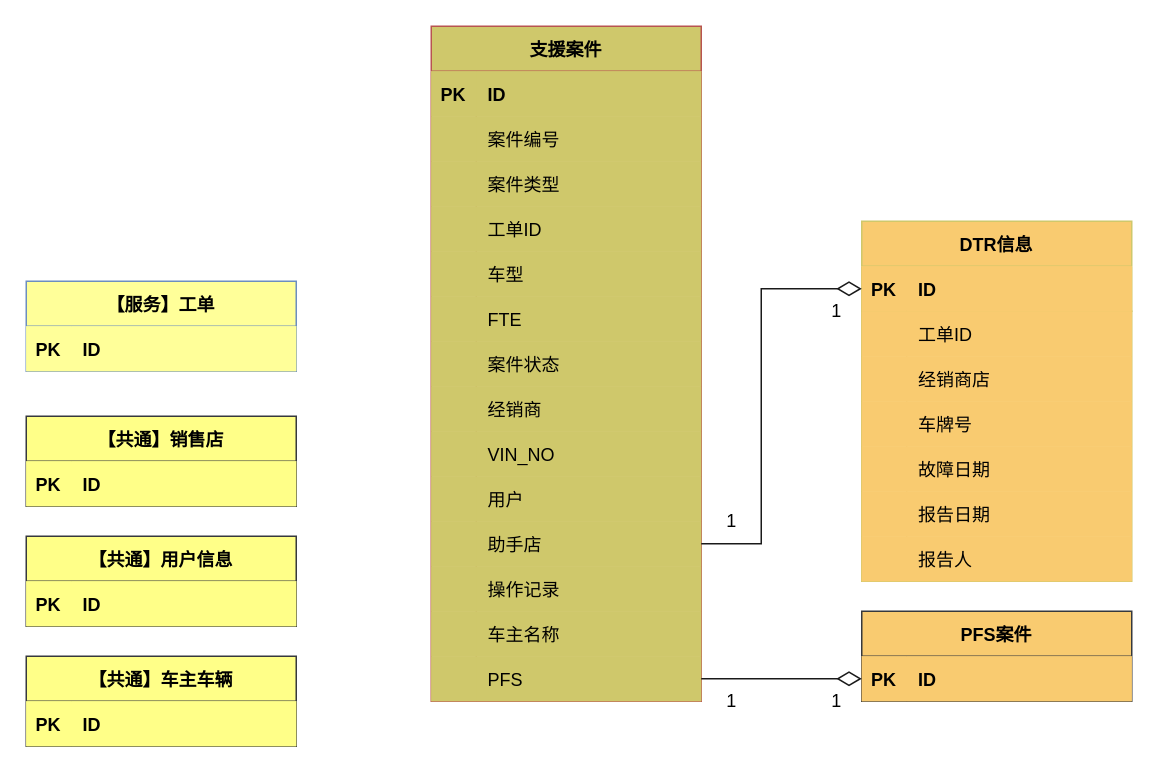
This is page "支援案件聚合根" (5 of 23) of images/支援案件时序图.drawio from 1132489442/designer, a draw.io file, before an edit. Source tidied: cells renumbered, new cells numbered last; positions are measured from the earlier drawing's top-left corner, leaving out a move shared by most shapes. Both pictures are drawn from the tidied source at 150%, with x=0, y=0 at pixel (26, 26).
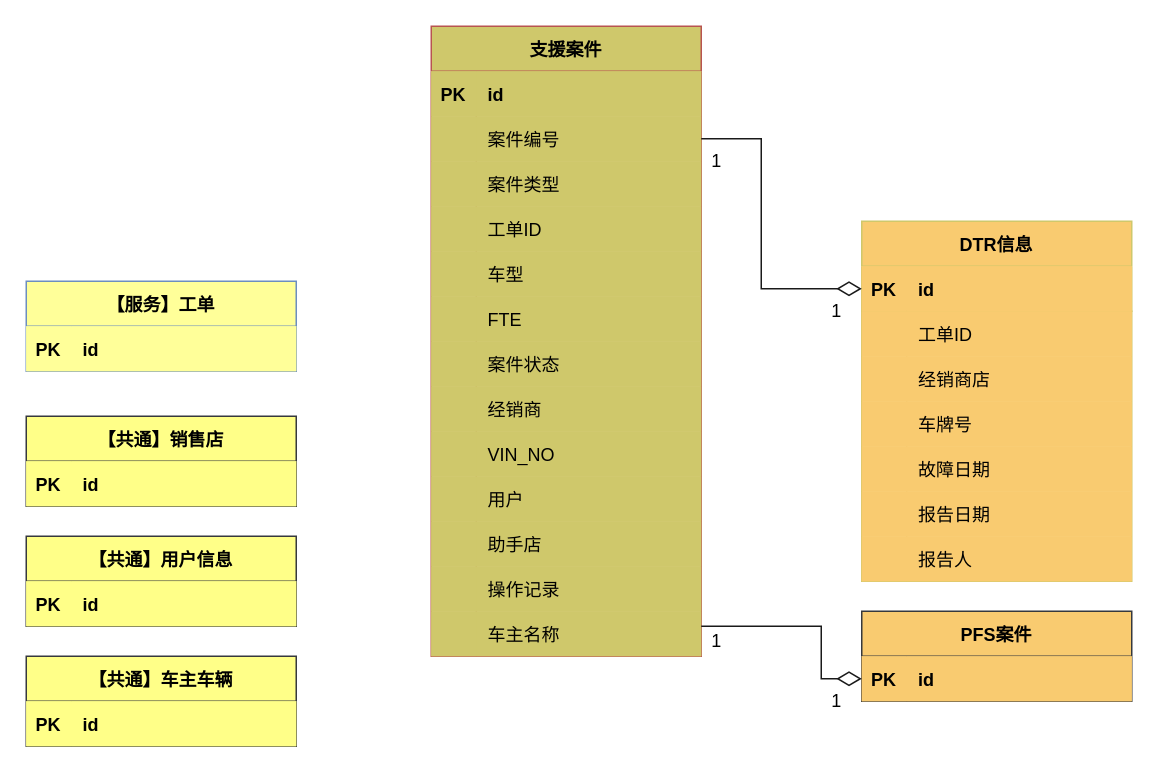
The same diagram, later.

Commit message (it also covers changes not shown here):
更新支援案件时序图.drawio

The change refers to these unchanged cells:
```xml
<mxCell id="3" style="shape=partialRectangle;fillColor=#FFFF99;top=0;left=0;bottom=0;right=0;strokeColor=#6c8ebf;" parent="2" vertex="1">
  <mxGeometry y="30" width="180" height="30" as="geometry" />
</mxCell>
<mxCell id="7" style="shape=partialRectangle;fillColor=#CFC86B;top=0;left=0;bottom=0;right=0;strokeColor=#b85450;" parent="6" vertex="1">
  <mxGeometry y="30" width="180" height="30" as="geometry" />
</mxCell>
<mxCell id="10" style="shape=partialRectangle;fillColor=#CFC86B;top=0;left=0;bottom=0;right=0;points=[[0,0.5],[1,0.5]];portConstraint=eastwest;strokeColor=#b85450;" parent="6" vertex="1">
  <mxGeometry y="60" width="180" height="30" as="geometry" />
</mxCell>
<mxCell id="37" style="shape=partialRectangle;fillColor=#CFC86B;top=0;left=0;bottom=0;right=0;points=[[0,0.5],[1,0.5]];portConstraint=eastwest;strokeColor=#b85450;" parent="6" vertex="1">
  <mxGeometry y="330" width="180" height="30" as="geometry" />
</mxCell>
<mxCell id="50" style="shape=partialRectangle;fillColor=#ffff88;top=0;left=0;bottom=0;right=0;strokeColor=#36393d;swimlaneLine=1;shadow=0;labelBorderColor=none;labelBackgroundColor=none;" parent="49" vertex="1">
  <mxGeometry y="30" width="180" height="30" as="geometry" />
</mxCell>
<mxCell id="54" style="shape=partialRectangle;fillColor=#ffff88;top=0;left=0;bottom=0;right=0;strokeColor=#36393d;swimlaneLine=1;shadow=0;labelBorderColor=none;labelBackgroundColor=none;" parent="53" vertex="1">
  <mxGeometry y="30" width="180" height="30" as="geometry" />
</mxCell>
<mxCell id="58" style="shape=partialRectangle;fillColor=#ffff88;top=0;left=0;bottom=0;right=0;strokeColor=#36393d;swimlaneLine=1;shadow=0;labelBorderColor=none;labelBackgroundColor=none;" parent="57" vertex="1">
  <mxGeometry y="30" width="180" height="30" as="geometry" />
</mxCell>
<mxCell id="62" style="shape=partialRectangle;fillColor=#F9CB70;top=0;left=0;bottom=0;right=0;points=[[0,0.5],[1,0.5]];portConstraint=eastwest;strokeColor=#36393d;swimlaneLine=1;shadow=0;labelBorderColor=none;labelBackgroundColor=none;" parent="61" vertex="1">
  <mxGeometry y="30" width="180" height="30" as="geometry" />
</mxCell>
<mxCell id="66" style="shape=partialRectangle;fillColor=#F9CB70;top=0;left=0;bottom=1;right=0;points=[[0,0.5],[1,0.5]];portConstraint=eastwest;strokeColor=#CFC86B;spacingTop=0;fontStyle=0;perimeterSpacing=0;swimlaneLine=1;sketch=0;shadow=0;labelBorderColor=none;labelBackgroundColor=none;" parent="65" vertex="1">
  <mxGeometry y="30" width="180" height="30" as="geometry" />
</mxCell>
```

Change to the diagram source:
```diff
@@
-    <mxCell id="5" value="ID" style="shape=partialRectangle;fillColor=#FFFF99;top=0;left=0;bottom=0;right=0;align=left;spacingLeft=6;overflow=hidden;strokeColor=#6c8ebf;fontStyle=1;" parent="3" vertex="1">
+    <mxCell id="5" value="id" style="shape=partialRectangle;fillColor=#FFFF99;top=0;left=0;bottom=0;right=0;align=left;spacingLeft=6;overflow=hidden;strokeColor=#6c8ebf;fontStyle=1;" parent="3" vertex="1">
       <mxGeometry x="30" width="150" height="30" as="geometry" />
     </mxCell>
     <mxCell id="6" value="支援案件" style="shape=table;startSize=30;childLayout=tableLayout;rowLines=0;fontStyle=1;align=center;fillColor=#CFC86B;strokeColor=#b85450;" parent="1" vertex="1">
-      <mxGeometry x="270" width="180" height="450" as="geometry" />
+      <mxGeometry x="270" width="180" height="420" as="geometry" />
     </mxCell>
@@
-    <mxCell id="9" value="ID" style="shape=partialRectangle;fillColor=#CFC86B;top=0;left=0;bottom=0;right=0;align=left;spacingLeft=6;overflow=hidden;strokeColor=#b85450;fontStyle=1;" parent="7" vertex="1">
+    <mxCell id="9" value="id" style="shape=partialRectangle;fillColor=#CFC86B;top=0;left=0;bottom=0;right=0;align=left;spacingLeft=6;overflow=hidden;strokeColor=#b85450;fontStyle=1;" parent="7" vertex="1">
       <mxGeometry x="30" width="150" height="30" as="geometry" />
     </mxCell>
@@
-    <mxCell id="46" style="shape=partialRectangle;fillColor=#CFC86B;top=0;left=0;bottom=0;right=0;points=[[0,0.5],[1,0.5]];portConstraint=eastwest;strokeColor=#b85450;" parent="6" vertex="1">
-      <mxGeometry y="420" width="180" height="30" as="geometry" />
-    </mxCell>
-    <mxCell id="47" style="shape=partialRectangle;fillColor=#CFC86B;top=0;left=0;bottom=0;right=0;overflow=hidden;strokeColor=#b85450;" parent="46" vertex="1">
-      <mxGeometry width="30" height="30" as="geometry" />
-    </mxCell>
-    <mxCell id="48" value="PFS" style="shape=partialRectangle;fillColor=#CFC86B;top=0;left=0;bottom=0;right=0;align=left;spacingLeft=6;overflow=hidden;strokeColor=#b85450;" parent="46" vertex="1">
-      <mxGeometry x="30" width="150" height="30" as="geometry" />
-    </mxCell>
@@
-    <mxCell id="52" value="ID" style="shape=partialRectangle;fillColor=#ffff88;top=0;left=0;bottom=0;right=0;align=left;spacingLeft=6;overflow=hidden;fontStyle=1;strokeColor=#36393d;swimlaneLine=1;shadow=0;labelBorderColor=none;labelBackgroundColor=none;" parent="50" vertex="1">
+    <mxCell id="52" value="id" style="shape=partialRectangle;fillColor=#ffff88;top=0;left=0;bottom=0;right=0;align=left;spacingLeft=6;overflow=hidden;fontStyle=1;strokeColor=#36393d;swimlaneLine=1;shadow=0;labelBorderColor=none;labelBackgroundColor=none;" parent="50" vertex="1">
       <mxGeometry x="30" width="150" height="30" as="geometry" />
     </mxCell>
@@
-    <mxCell id="56" value="ID" style="shape=partialRectangle;fillColor=#ffff88;top=0;left=0;bottom=0;right=0;align=left;spacingLeft=6;overflow=hidden;fontStyle=1;strokeColor=#36393d;swimlaneLine=1;shadow=0;labelBorderColor=none;labelBackgroundColor=none;" parent="54" vertex="1">
+    <mxCell id="56" value="id" style="shape=partialRectangle;fillColor=#ffff88;top=0;left=0;bottom=0;right=0;align=left;spacingLeft=6;overflow=hidden;fontStyle=1;strokeColor=#36393d;swimlaneLine=1;shadow=0;labelBorderColor=none;labelBackgroundColor=none;" parent="54" vertex="1">
       <mxGeometry x="30" width="150" height="30" as="geometry" />
     </mxCell>
@@
-    <mxCell id="60" value="ID" style="shape=partialRectangle;fillColor=#ffff88;top=0;left=0;bottom=0;right=0;align=left;spacingLeft=6;overflow=hidden;fontStyle=1;strokeColor=#36393d;swimlaneLine=1;shadow=0;labelBorderColor=none;labelBackgroundColor=none;" parent="58" vertex="1">
+    <mxCell id="60" value="id" style="shape=partialRectangle;fillColor=#ffff88;top=0;left=0;bottom=0;right=0;align=left;spacingLeft=6;overflow=hidden;fontStyle=1;strokeColor=#36393d;swimlaneLine=1;shadow=0;labelBorderColor=none;labelBackgroundColor=none;" parent="58" vertex="1">
       <mxGeometry x="30" width="150" height="30" as="geometry" />
     </mxCell>
@@
-    <mxCell id="64" value="ID" style="shape=partialRectangle;fillColor=#F9CB70;top=0;left=0;bottom=0;right=0;align=left;spacingLeft=6;overflow=hidden;fontStyle=1;strokeColor=#36393d;swimlaneLine=1;shadow=0;labelBorderColor=none;labelBackgroundColor=none;" parent="62" vertex="1">
+    <mxCell id="64" value="id" style="shape=partialRectangle;fillColor=#F9CB70;top=0;left=0;bottom=0;right=0;align=left;spacingLeft=6;overflow=hidden;fontStyle=1;strokeColor=#36393d;swimlaneLine=1;shadow=0;labelBorderColor=none;labelBackgroundColor=none;" parent="62" vertex="1">
       <mxGeometry x="30" width="150" height="30" as="geometry" />
     </mxCell>
@@
-    <mxCell id="68" value="ID" style="shape=partialRectangle;fillColor=#F9CB70;top=0;left=0;bottom=0;right=0;align=left;spacingLeft=6;fontStyle=1;overflow=hidden;strokeColor=#CFC86B;spacingTop=0;perimeterSpacing=0;swimlaneLine=1;sketch=0;shadow=0;labelBorderColor=none;labelBackgroundColor=none;" parent="66" vertex="1">
+    <mxCell id="68" value="id" style="shape=partialRectangle;fillColor=#F9CB70;top=0;left=0;bottom=0;right=0;align=left;spacingLeft=6;fontStyle=1;overflow=hidden;strokeColor=#CFC86B;spacingTop=0;perimeterSpacing=0;swimlaneLine=1;sketch=0;shadow=0;labelBorderColor=none;labelBackgroundColor=none;" parent="66" vertex="1">
       <mxGeometry x="30" width="150" height="30" as="geometry" />
     </mxCell>
@@
     <mxCell id="87" value="1" style="text;html=1;align=center;verticalAlign=middle;strokeColor=none;fillColor=none;" parent="1" vertex="1">
-      <mxGeometry x="460" y="320" width="20" height="20" as="geometry" />
+      <mxGeometry x="450" y="80" width="20" height="20" as="geometry" />
     </mxCell>
@@
     <mxCell id="89" value="1" style="text;html=1;align=center;verticalAlign=middle;strokeColor=none;fillColor=none;" parent="1" vertex="1">
-      <mxGeometry x="460" y="440" width="20" height="20" as="geometry" />
+      <mxGeometry x="450" y="400" width="20" height="20" as="geometry" />
     </mxCell>
@@
-    <mxCell id="91" style="endArrow=none;html=1;endSize=12;startArrow=diamondThin;startSize=14;startFill=0;edgeStyle=orthogonalEdgeStyle;align=left;verticalAlign=bottom;rounded=0;strokeColor=#1A1A1A;exitX=0;exitY=0.5;exitDx=0;exitDy=0;entryX=1;entryY=0.5;entryDx=0;entryDy=0;endFill=0;" parent="1" edge="1" source="66" target="37">
+    <mxCell id="91" style="endArrow=none;html=1;endSize=12;startArrow=diamondThin;startSize=14;startFill=0;edgeStyle=orthogonalEdgeStyle;align=left;verticalAlign=bottom;rounded=0;strokeColor=#1A1A1A;exitX=0;exitY=0.5;exitDx=0;exitDy=0;entryX=1;entryY=0.5;entryDx=0;entryDy=0;endFill=0;" parent="1" edge="1" source="66" target="10">
       <mxGeometry x="-1" y="3" relative="1" as="geometry">
         <Array as="points">
           <mxPoint x="490" y="175" />
-          <mxPoint x="490" y="345" />
+          <mxPoint x="490" y="75" />
         </Array>
       </mxGeometry>
     </mxCell>
-    <mxCell id="92" style="endArrow=none;html=1;endSize=12;startArrow=diamondThin;startSize=14;startFill=0;edgeStyle=orthogonalEdgeStyle;align=left;verticalAlign=bottom;rounded=0;strokeColor=#1A1A1A;exitX=0;exitY=0.5;exitDx=0;exitDy=0;entryX=1;entryY=0.5;entryDx=0;entryDy=0;endFill=0;" parent="1" edge="1" source="62" target="46">
+    <mxCell id="92" style="endArrow=none;html=1;endSize=12;startArrow=diamondThin;startSize=14;startFill=0;edgeStyle=orthogonalEdgeStyle;align=left;verticalAlign=bottom;rounded=0;strokeColor=#1A1A1A;exitX=0;exitY=0.5;exitDx=0;exitDy=0;endFill=0;" parent="1" edge="1" source="62">
       <mxGeometry x="-1" y="3" relative="1" as="geometry">
+        <mxPoint x="450" y="400" as="targetPoint" />
         <Array as="points">
           <mxPoint x="530" y="435" />
         </Array>
       </mxGeometry>
     </mxCell>
```
